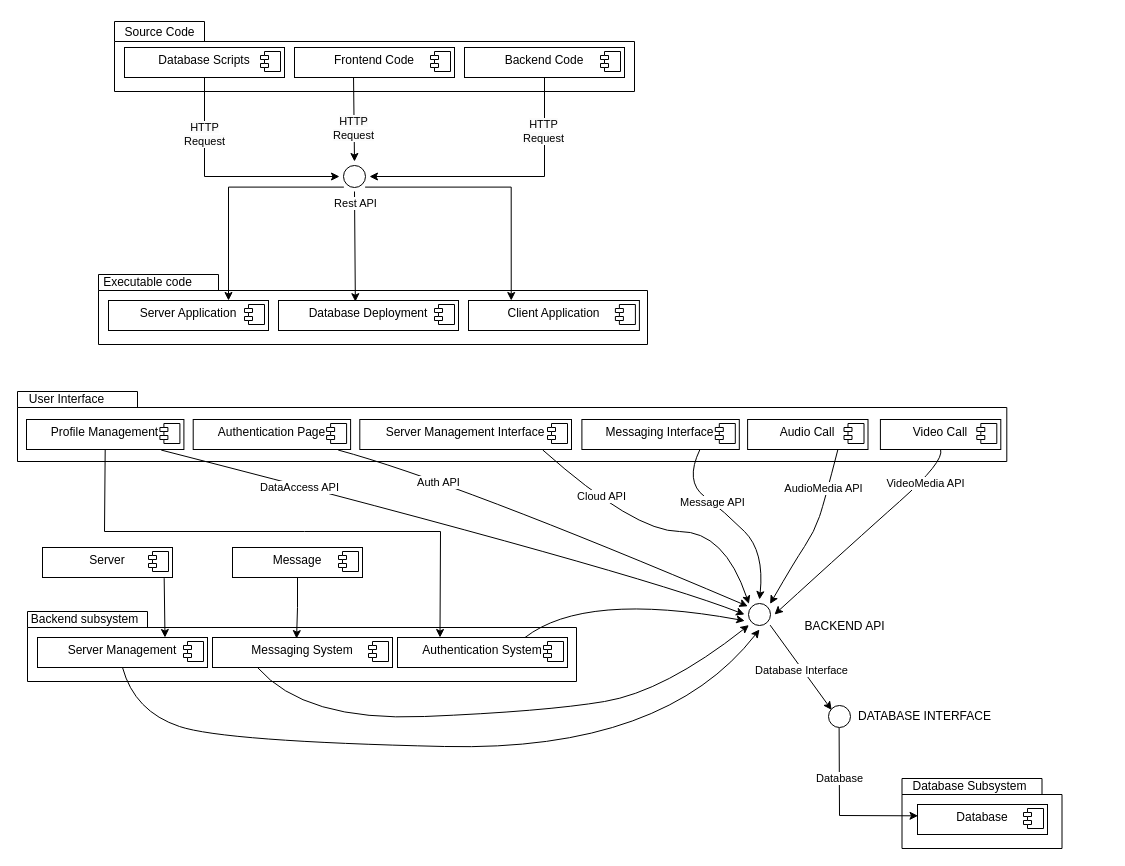
Harshul1484/BMP- keeps this draw.io diagram as Component Diagram.drawio. Above is the earlier version. Source tidied: cells renumbered, new cells numbered last; positions are measured from the earlier drawing's top-left corner, leaving out a move shared by most shapes. Both pictures are drawn from the tidied source at 100%, with x=0, y=0 at pixel (16, 17).
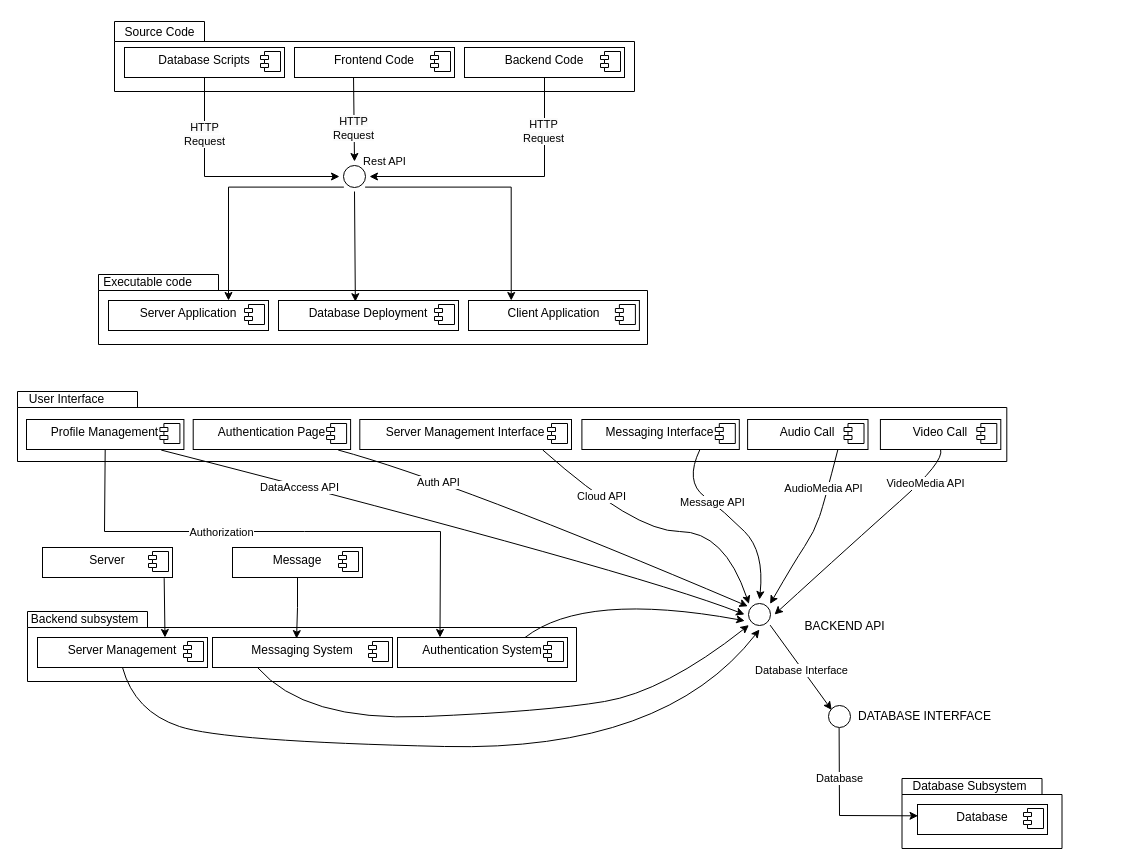
The same diagram, later.

The change refers to these unchanged cells:
```xml
<mxCell id="61" style="endArrow=classic;html=1;rounded=0;exitX=0.5;exitY=1;exitDx=0;exitDy=0;entryX=0.25;entryY=0;entryDx=0;entryDy=0;" parent="1" edge="1" source="20" target="49">
  <mxGeometry relative="1" as="geometry">
    <Array as="points">
      <mxPoint x="88" y="514" />
      <mxPoint x="288" y="514" />
      <mxPoint x="424" y="514" />
    </Array>
  </mxGeometry>
</mxCell>
<mxCell id="71" style="endArrow=classic;html=1;rounded=0;exitX=0.5;exitY=1;exitDx=0;exitDy=0;entryX=0.427;entryY=0.04;entryDx=0;entryDy=0;entryPerimeter=0;" parent="1" edge="1" source="64" target="10">
  <mxGeometry relative="1" as="geometry" />
</mxCell>
```

The edit, as a diff of the source:
```diff
@@
+    <mxCell id="96" value="Authorization" style="edgeLabel;html=1;align=center;verticalAlign=middle;" parent="61" vertex="1">
+      <mxGeometry x="-0.24" relative="1" as="geometry" />
+    </mxCell>
@@
     <mxCell id="72" value="Rest API" style="edgeLabel;html=1;align=center;verticalAlign=middle;" parent="71" vertex="1">
       <mxGeometry relative="1" as="geometry">
-        <mxPoint y="-43" as="offset" />
+        <mxPoint x="29" y="-85" as="offset" />
       </mxGeometry>
     </mxCell>
```
